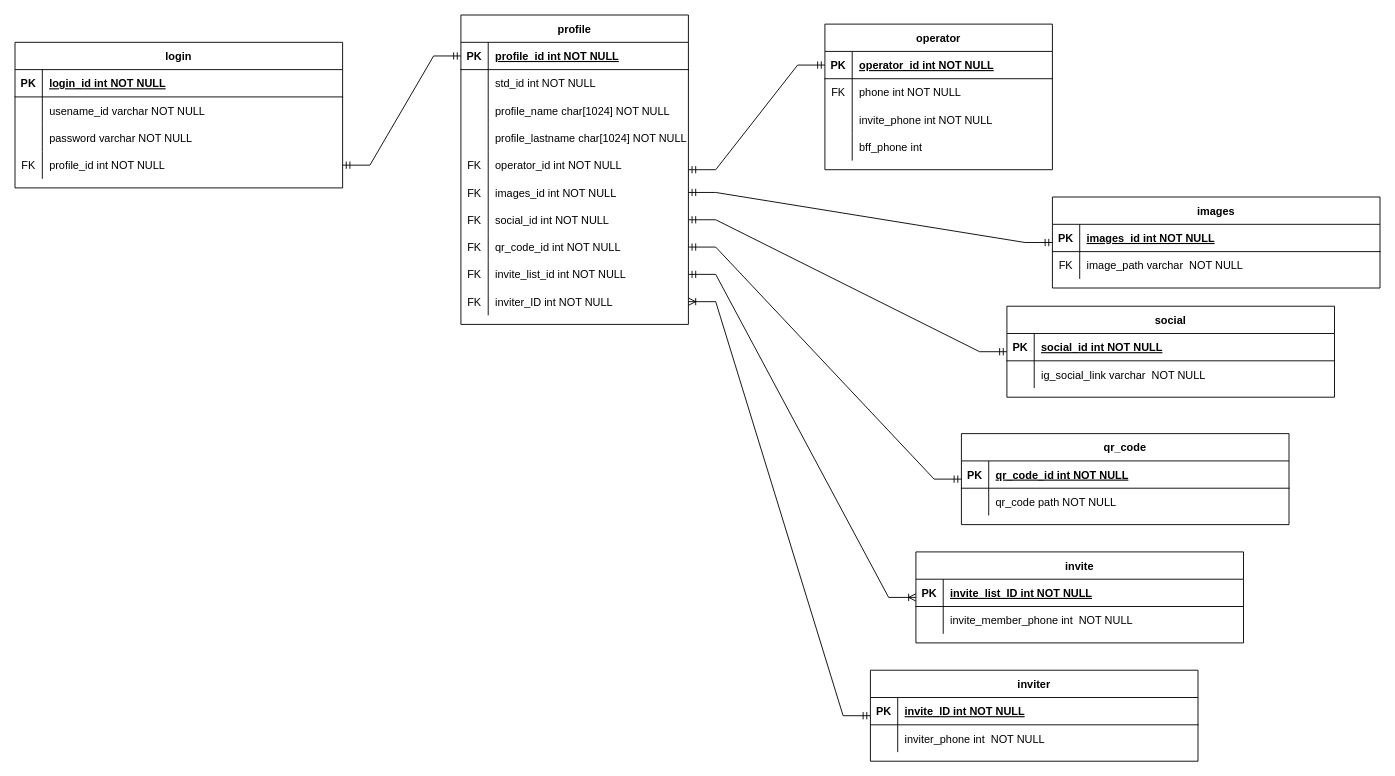
rapeeza1598/DB-Project-KMUTNB keeps this draw.io diagram as ER Diagram/ER Database.drawio. Above is the earlier version. Source tidied: cells renumbered, new cells numbered last; positions are measured from the earlier drawing's top-left corner, leaving out a move shared by most shapes. Both pictures are drawn from the tidied source at 91%, with x=0, y=0 at pixel (15, 15).
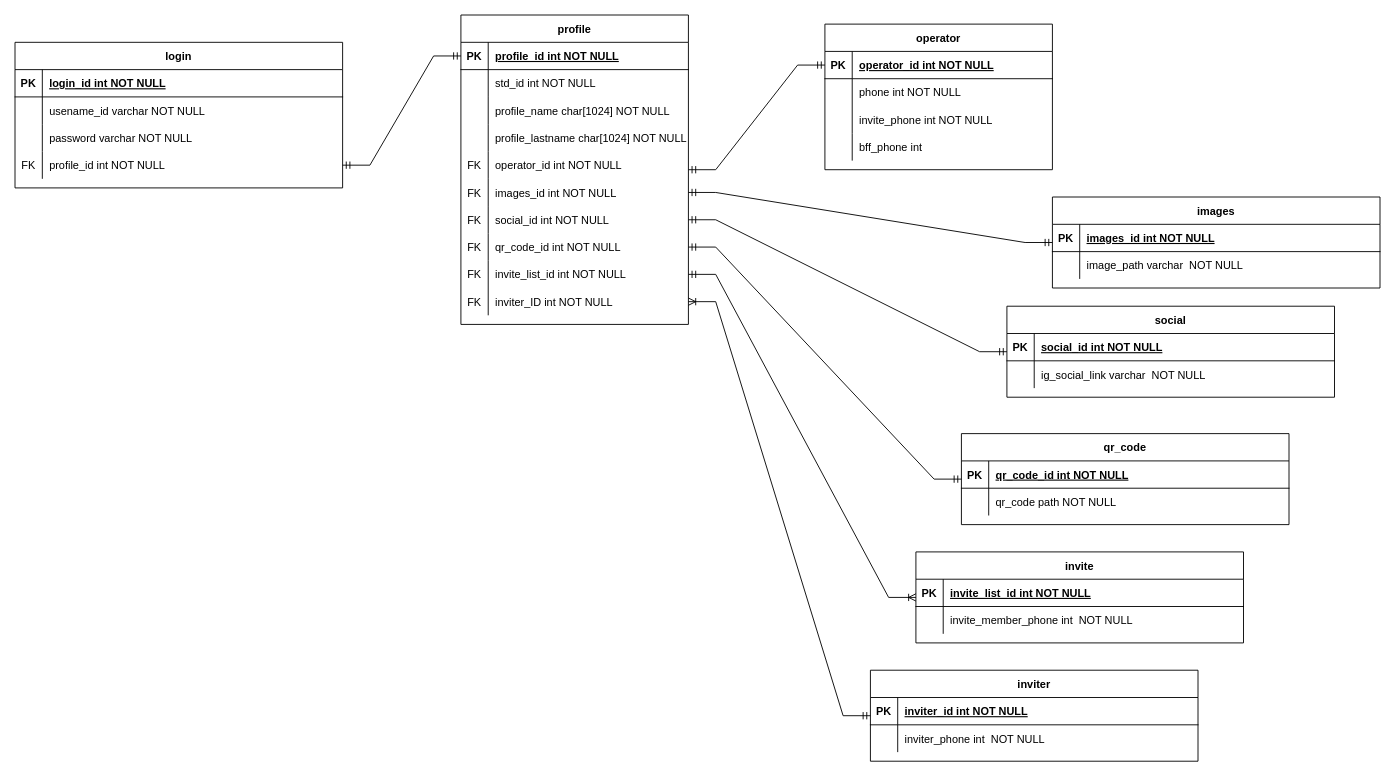
After the change.

Commit message:
:hummer: Fix Little Details

The change refers to these unchanged cells:
```xml
<mxCell id="34" style="shape=partialRectangle;fillColor=none;top=0;left=0;right=0;bottom=1;" parent="33" vertex="1">
  <mxGeometry y="30" width="360" height="30" as="geometry" />
</mxCell>
<mxCell id="44" style="shape=partialRectangle;fillColor=none;top=0;left=0;right=0;bottom=0;" parent="40" vertex="1">
  <mxGeometry y="60" width="250" height="30" as="geometry" />
</mxCell>
<mxCell id="57" style="shape=partialRectangle;fillColor=none;top=0;left=0;right=0;bottom=0;" parent="53" vertex="1">
  <mxGeometry y="60" width="360" height="30" as="geometry" />
</mxCell>
<mxCell id="81" style="shape=partialRectangle;fillColor=none;top=0;left=0;right=0;bottom=1;" parent="80" vertex="1">
  <mxGeometry y="30" width="360" height="30" as="geometry" />
</mxCell>
```

What changed in the source:
```diff
@@
-    <mxCell id="36" value="invite_list_ID int NOT NULL" style="shape=partialRectangle;overflow=hidden;fillColor=none;top=0;left=0;bottom=0;right=0;align=left;spacingLeft=6;fontStyle=5;" parent="34" vertex="1">
+    <mxCell id="36" value="invite_list_id int NOT NULL" style="shape=partialRectangle;overflow=hidden;fillColor=none;top=0;left=0;bottom=0;right=0;align=left;spacingLeft=6;fontStyle=5;" parent="34" vertex="1">
       <mxGeometry x="30" width="330" height="30" as="geometry" />
     </mxCell>
@@
-    <mxCell id="45" value="FK" style="shape=partialRectangle;overflow=hidden;fillColor=none;top=0;left=0;bottom=0;right=0;" parent="44" vertex="1">
+    <mxCell id="45" style="shape=partialRectangle;overflow=hidden;fillColor=none;top=0;left=0;bottom=0;right=0;" parent="44" vertex="1">
       <mxGeometry width="30" height="30" as="geometry" />
     </mxCell>
@@
-    <mxCell id="58" value="FK" style="shape=partialRectangle;overflow=hidden;fillColor=none;top=0;left=0;bottom=0;right=0;" parent="57" vertex="1">
+    <mxCell id="58" style="shape=partialRectangle;overflow=hidden;fillColor=none;top=0;left=0;bottom=0;right=0;" parent="57" vertex="1">
       <mxGeometry width="30" height="30" as="geometry" />
     </mxCell>
@@
-    <mxCell id="83" value="invite_ID int NOT NULL" style="shape=partialRectangle;overflow=hidden;fillColor=none;top=0;left=0;bottom=0;right=0;align=left;spacingLeft=6;fontStyle=5;" parent="81" vertex="1">
+    <mxCell id="83" value="inviter_id int NOT NULL" style="shape=partialRectangle;overflow=hidden;fillColor=none;top=0;left=0;bottom=0;right=0;align=left;spacingLeft=6;fontStyle=5;" parent="81" vertex="1">
       <mxGeometry x="30" width="330" height="30" as="geometry" />
     </mxCell>
```
